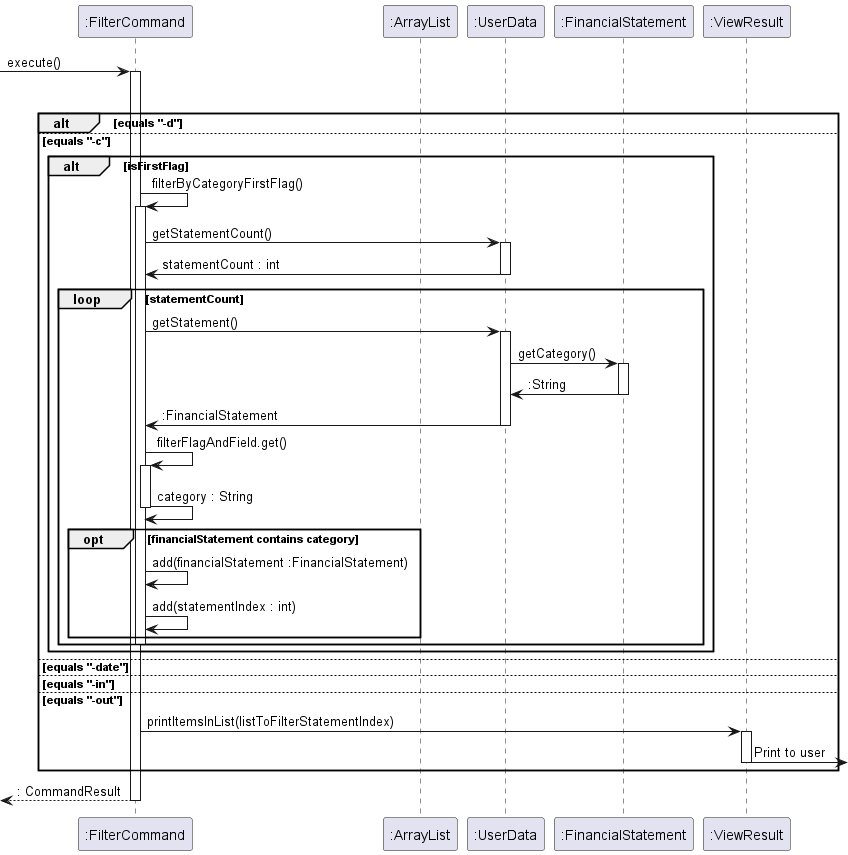
This is docs/images/DeveloperGuide/FilterCommand.png from nus-cs2113-AY2223S2/tp, a PlantUML export, as it was before one commit.
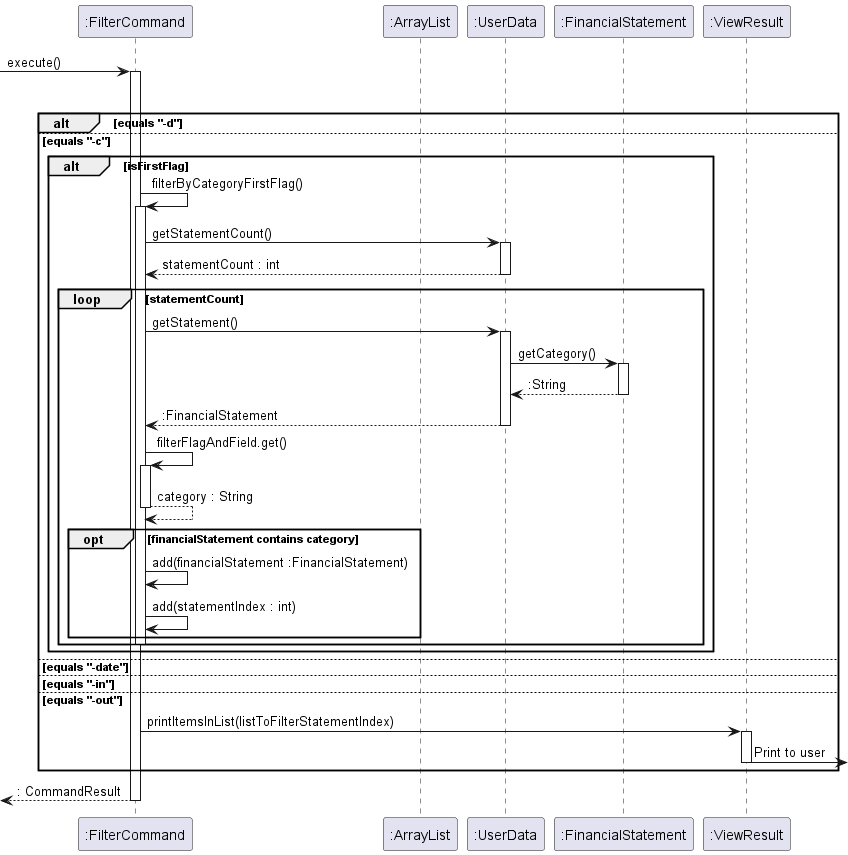
After the commit.

Diff of the diagram source:
```diff
@@ -19,7 +19,7 @@
             activate FilterCommand
             FilterCommand -> UserData :getStatementCount()
             activate UserData
-            UserData -> FilterCommand :statementCount : int
+            UserData --> FilterCommand :statementCount : int
             deactivate UserData
 
             loop statementCount
@@ -27,14 +27,14 @@
                 activate UserData
                 UserData -> FinancialStatement : getCategory()
                 activate FinancialStatement
-                FinancialStatement -> UserData : :String
+                FinancialStatement --> UserData : :String
                 deactivate FinancialStatement
-                UserData -> FilterCommand : :FinancialStatement
+                UserData --> FilterCommand : :FinancialStatement
                 deactivate UserData
 
                 FilterCommand -> FilterCommand : filterFlagAndField.get()
                 activate FilterCommand
-                FilterCommand -> FilterCommand : category : String
+                FilterCommand --> FilterCommand : category : String
                 deactivate FilterCommand
 
                 opt financialStatement contains category
```
